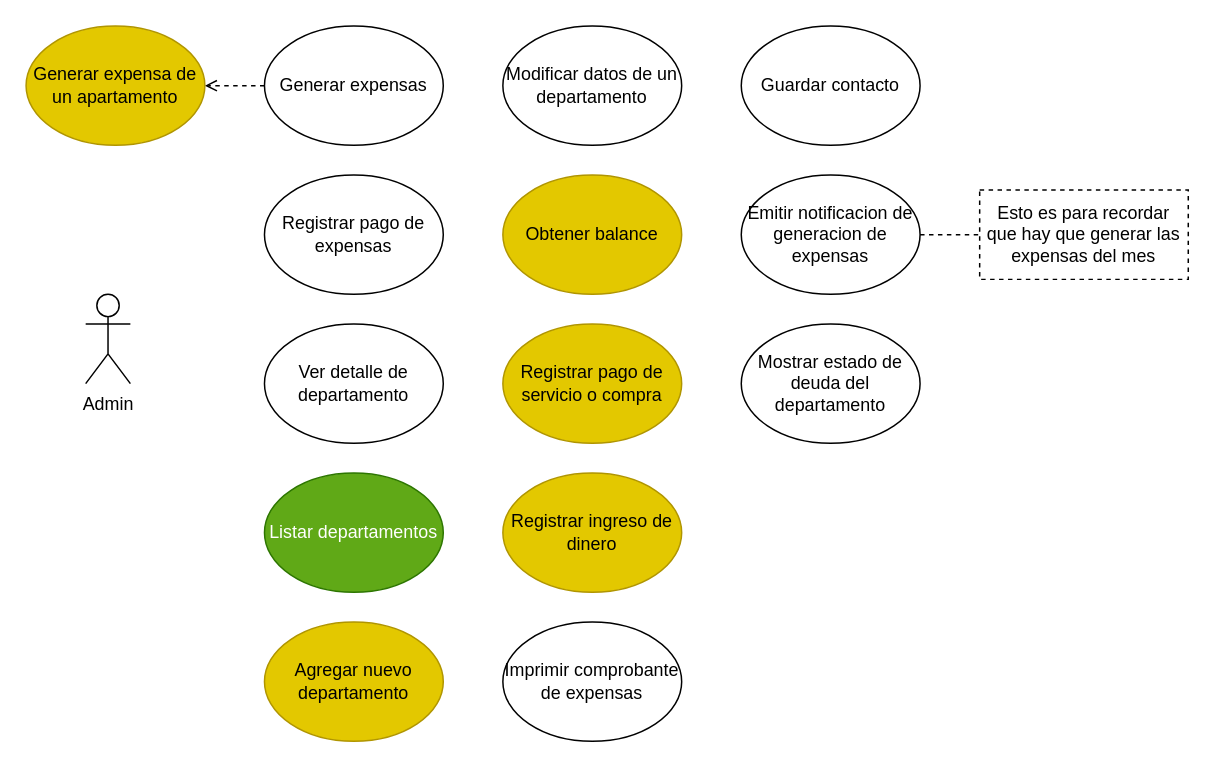
Above: docs/usecases.drawio in elmiguedev/expensoides (draw.io), before the change. Source tidied: cells renumbered, new cells numbered last; positions are measured from the earlier drawing's top-left corner, leaving out a move shared by most shapes. Both pictures are drawn from the tidied source at 149%, with x=0, y=0 at pixel (25, 25).
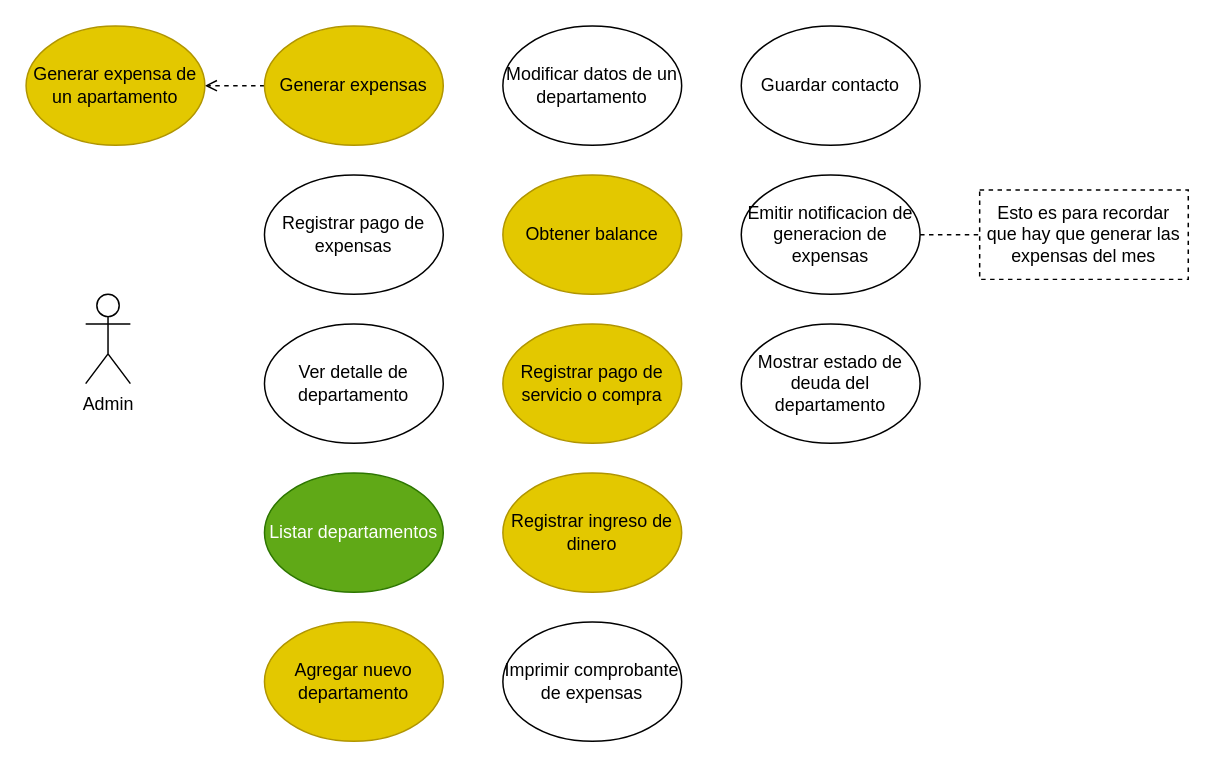
The same diagram, later.

Diff of the diagram source:
```diff
@@
-    <mxCell id="4" value="Generar expensas" style="ellipse;whiteSpace=wrap;html=1;" parent="1" vertex="1">
+    <mxCell id="4" value="Generar expensas" style="ellipse;whiteSpace=wrap;html=1;fillColor=#e3c800;fontColor=#000000;strokeColor=#B09500;" parent="1" vertex="1">
       <mxGeometry x="160" width="120" height="80" as="geometry" />
     </mxCell>
```
